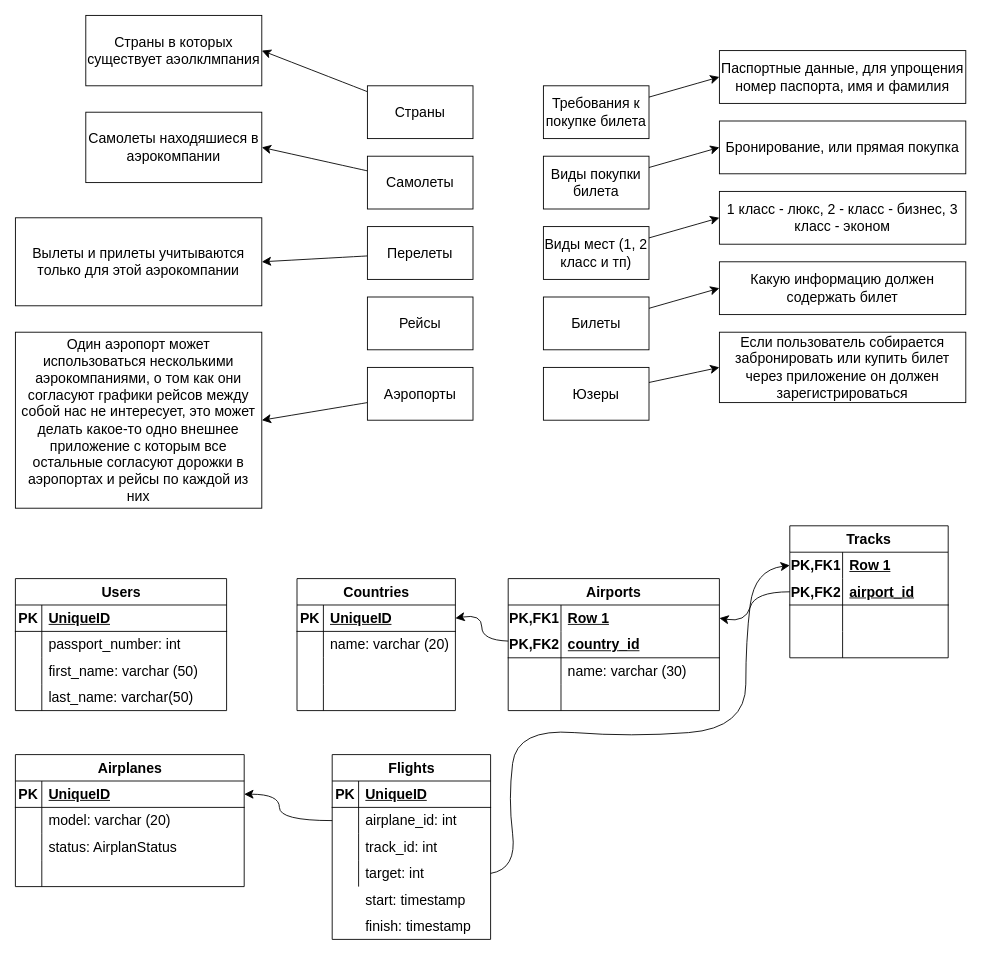
Earlier version of the draw.io diagram Aэрокомпания.drawio (KmvRoman/Diagrams). Source tidied: cells renumbered, new cells numbered last; positions are measured from the earlier drawing's top-left corner, leaving out a move shared by most shapes. Both pictures are drawn from the tidied source at 88%, with x=0, y=0 at pixel (15, 15).
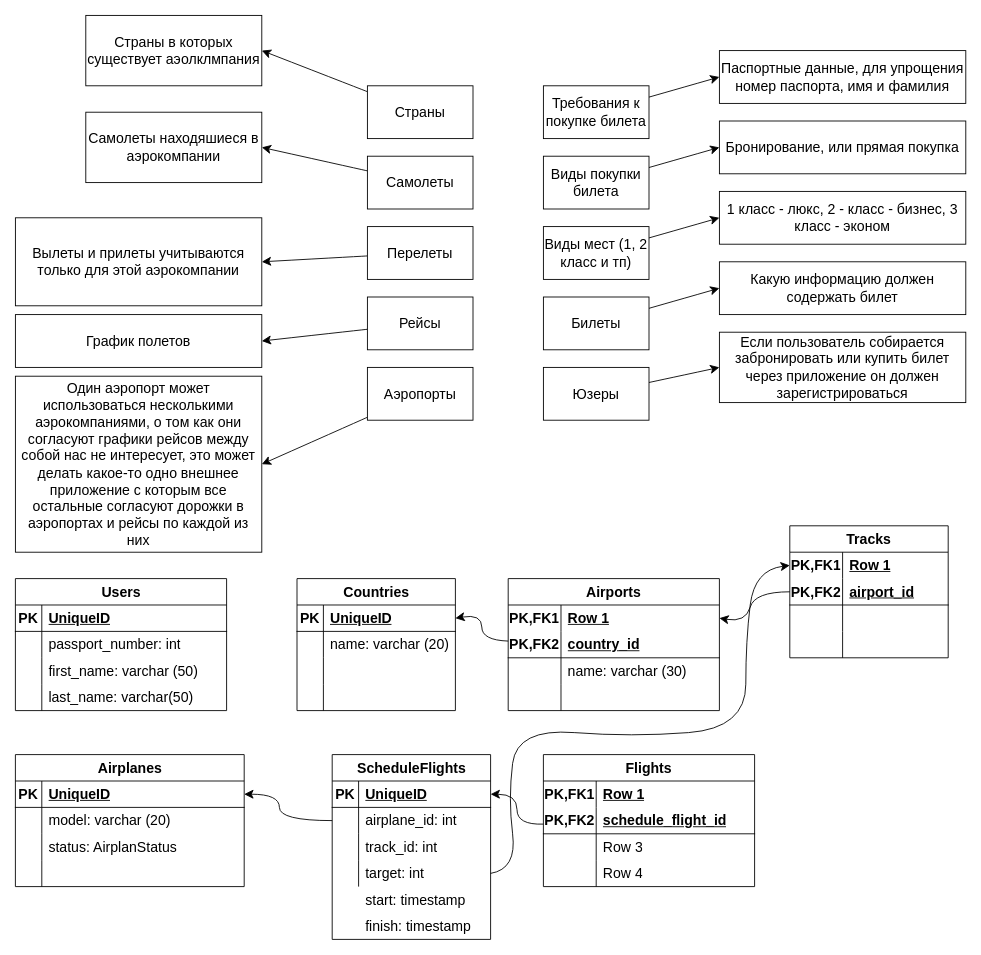
Above is the later version.

The change refers to these unchanged cells:
```xml
<mxCell id="11" value="Рейсы" style="rounded=0;whiteSpace=wrap;html=1;fontSize=16;" parent="1" vertex="1">
  <mxGeometry x="400" y="320" width="120" height="60" as="geometry" />
</mxCell>
<mxCell id="98" style="shape=tableRow;horizontal=0;startSize=0;swimlaneHead=0;swimlaneBody=0;fillColor=none;points=[[0,0.5],[1,0.5]];portConstraint=eastwest;top=0;left=0;right=0;bottom=1;fontSize=16;" parent="97" vertex="1">
  <mxGeometry y="30" width="180" height="30" as="geometry" />
</mxCell>
```

Change to the diagram source:
```diff
@@
+    <mxCell id="114" style="edgeStyle=none;curved=1;rounded=0;jettySize=auto;html=1;entryX=1;entryY=0.5;entryDx=0;entryDy=0;fontSize=12;startSize=8;endSize=8;" parent="1" edge="1" source="11" target="115">
+      <mxGeometry relative="1" as="geometry" />
+    </mxCell>
@@
     <mxCell id="20" value="Один аэропорт может использоваться несколькими аэрокомпаниями, о том как они согласуют графики рейсов между собой нас не интересует, это может делать какое-то одно внешнее приложение с которым все остальные согласуют дорожки в аэропортах и рейсы по каждой из них" style="rounded=0;whiteSpace=wrap;html=1;fontSize=16;" parent="1" vertex="1">
-      <mxGeometry y="360" width="280" height="200" as="geometry" />
+      <mxGeometry y="410" width="280" height="200" as="geometry" />
     </mxCell>
@@
-    <mxCell id="97" value="Flights" style="shape=table;startSize=30;childLayout=tableLayout;rowLines=0;fontStyle=1;align=center;html=1;fontSize=16;" parent="1" vertex="1">
+    <mxCell id="97" value="ScheduleFlights" style="shape=table;startSize=30;childLayout=tableLayout;rowLines=0;fontStyle=1;align=center;html=1;fontSize=16;" parent="1" vertex="1">
       <mxGeometry x="360" y="840" width="180" height="210" as="geometry" />
     </mxCell>
@@
+    <mxCell id="115" value="График полетов" style="rounded=0;whiteSpace=wrap;html=1;fontSize=16;" parent="1" vertex="1">
+      <mxGeometry y="340" width="280" height="60" as="geometry" />
+    </mxCell>
+    <mxCell id="116" style="edgeStyle=none;curved=1;rounded=0;jettySize=auto;html=1;entryX=1;entryY=0.5;entryDx=0;entryDy=0;fontSize=12;startSize=8;endSize=8;" parent="1" edge="1" source="117" target="98">
+      <mxGeometry relative="1" as="geometry">
+        <Array as="points">
+          <mxPoint x="570" y="920" />
+          <mxPoint x="570" y="885" />
+        </Array>
+      </mxGeometry>
+    </mxCell>
+    <mxCell id="117" value="Flights" style="shape=table;startSize=30;childLayout=tableLayout;rowLines=0;fontStyle=1;align=center;html=1;whiteSpace=wrap;fontSize=16;" parent="1" vertex="1">
+      <mxGeometry x="600" y="840" width="240" height="150" as="geometry" />
+    </mxCell>
+    <mxCell id="118" style="shape=tableRow;horizontal=0;startSize=0;swimlaneHead=0;swimlaneBody=0;fillColor=none;top=0;left=0;right=0;bottom=0;html=1;fontSize=16;" parent="117" vertex="1">
+      <mxGeometry y="30" width="240" height="30" as="geometry" />
+    </mxCell>
+    <mxCell id="119" value="PK,FK1" style="shape=partialRectangle;fillColor=none;top=0;left=0;bottom=0;right=0;fontStyle=1;overflow=hidden;html=1;whiteSpace=wrap;fontSize=16;" parent="118" vertex="1">
+      <mxGeometry width="60" height="30" as="geometry" />
+    </mxCell>
+    <mxCell id="120" value="Row 1" style="shape=partialRectangle;fillColor=none;top=0;left=0;bottom=0;right=0;align=left;spacingLeft=6;fontStyle=5;overflow=hidden;html=1;whiteSpace=wrap;fontSize=16;" parent="118" vertex="1">
+      <mxGeometry x="60" width="180" height="30" as="geometry" />
+    </mxCell>
+    <mxCell id="121" style="shape=tableRow;horizontal=0;startSize=0;swimlaneHead=0;swimlaneBody=0;fillColor=none;top=0;left=0;right=0;bottom=1;html=1;fontSize=16;" parent="117" vertex="1">
+      <mxGeometry y="60" width="240" height="30" as="geometry" />
+    </mxCell>
+    <mxCell id="122" value="PK,FK2" style="shape=partialRectangle;fillColor=none;top=0;left=0;bottom=0;right=0;fontStyle=1;overflow=hidden;html=1;whiteSpace=wrap;fontSize=16;" parent="121" vertex="1">
+      <mxGeometry width="60" height="30" as="geometry" />
+    </mxCell>
+    <mxCell id="123" value="schedule_flight_id" style="shape=partialRectangle;fillColor=none;top=0;left=0;bottom=0;right=0;align=left;spacingLeft=6;fontStyle=5;overflow=hidden;html=1;whiteSpace=wrap;fontSize=16;" parent="121" vertex="1">
+      <mxGeometry x="60" width="180" height="30" as="geometry" />
+    </mxCell>
+    <mxCell id="124" style="shape=tableRow;horizontal=0;startSize=0;swimlaneHead=0;swimlaneBody=0;fillColor=none;top=0;left=0;right=0;bottom=0;html=1;fontSize=16;" parent="117" vertex="1">
+      <mxGeometry y="90" width="240" height="30" as="geometry" />
+    </mxCell>
+    <mxCell id="125" style="shape=partialRectangle;fillColor=none;top=0;left=0;bottom=0;right=0;overflow=hidden;html=1;whiteSpace=wrap;fontSize=16;" parent="124" vertex="1">
+      <mxGeometry width="60" height="30" as="geometry" />
+    </mxCell>
+    <mxCell id="126" value="Row 3" style="shape=partialRectangle;fillColor=none;top=0;left=0;bottom=0;right=0;align=left;spacingLeft=6;overflow=hidden;html=1;whiteSpace=wrap;fontSize=16;" parent="124" vertex="1">
+      <mxGeometry x="60" width="180" height="30" as="geometry" />
+    </mxCell>
+    <mxCell id="127" style="shape=tableRow;horizontal=0;startSize=0;swimlaneHead=0;swimlaneBody=0;fillColor=none;top=0;left=0;right=0;bottom=0;html=1;fontSize=16;" parent="117" vertex="1">
+      <mxGeometry y="120" width="240" height="30" as="geometry" />
+    </mxCell>
+    <mxCell id="128" style="shape=partialRectangle;fillColor=none;top=0;left=0;bottom=0;right=0;overflow=hidden;html=1;whiteSpace=wrap;fontSize=16;" parent="127" vertex="1">
+      <mxGeometry width="60" height="30" as="geometry" />
+    </mxCell>
+    <mxCell id="129" value="Row 4" style="shape=partialRectangle;fillColor=none;top=0;left=0;bottom=0;right=0;align=left;spacingLeft=6;overflow=hidden;html=1;whiteSpace=wrap;fontSize=16;" parent="127" vertex="1">
+      <mxGeometry x="60" width="180" height="30" as="geometry" />
+    </mxCell>
```
